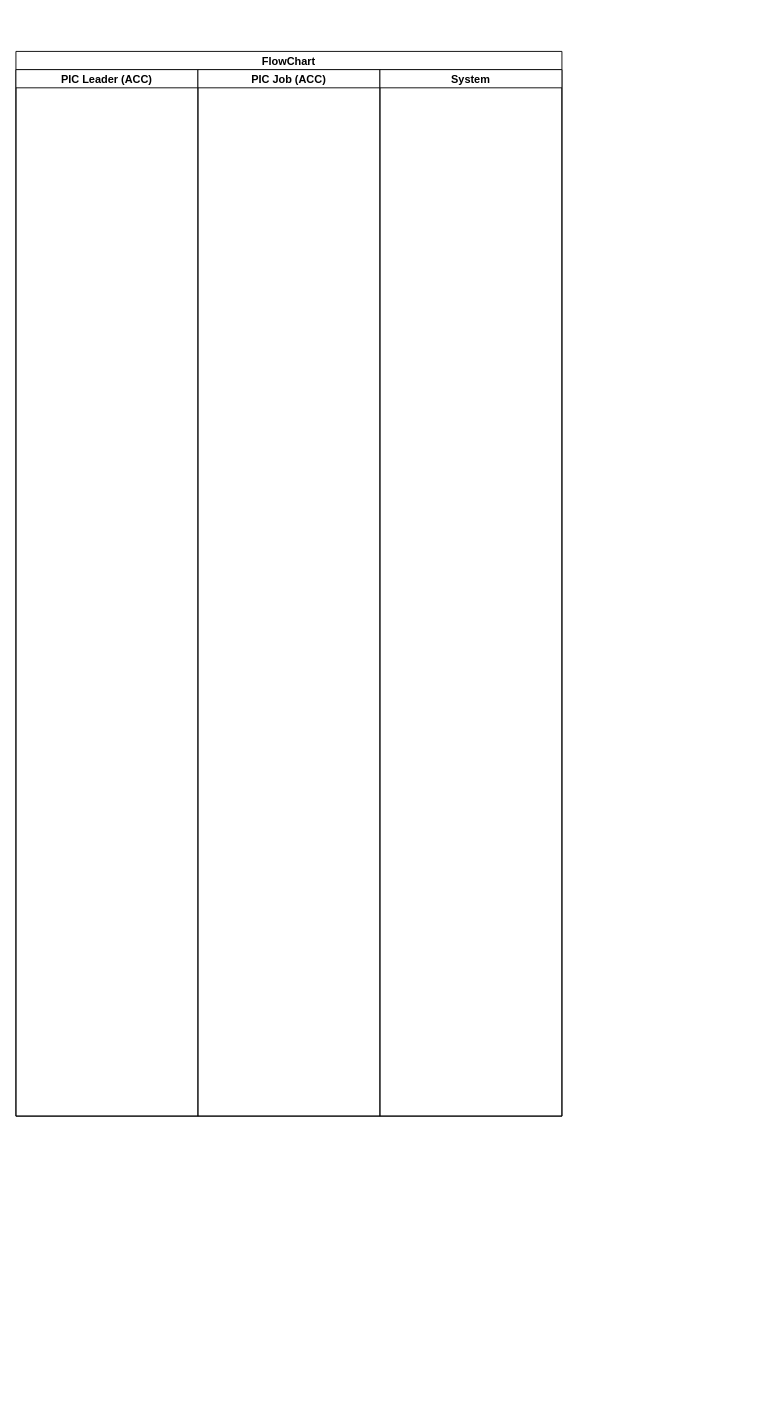
The draw.io diagram Flowchart Project.drawio in armanefendi/Arman-Efendi, before the edit. Source tidied: cells renumbered, new cells numbered last; positions are measured from the earlier drawing's top-left corner, leaving out a move shared by most shapes. Both pictures are drawn from the tidied source at 91%, with x=0, y=0 at pixel (15, 51).
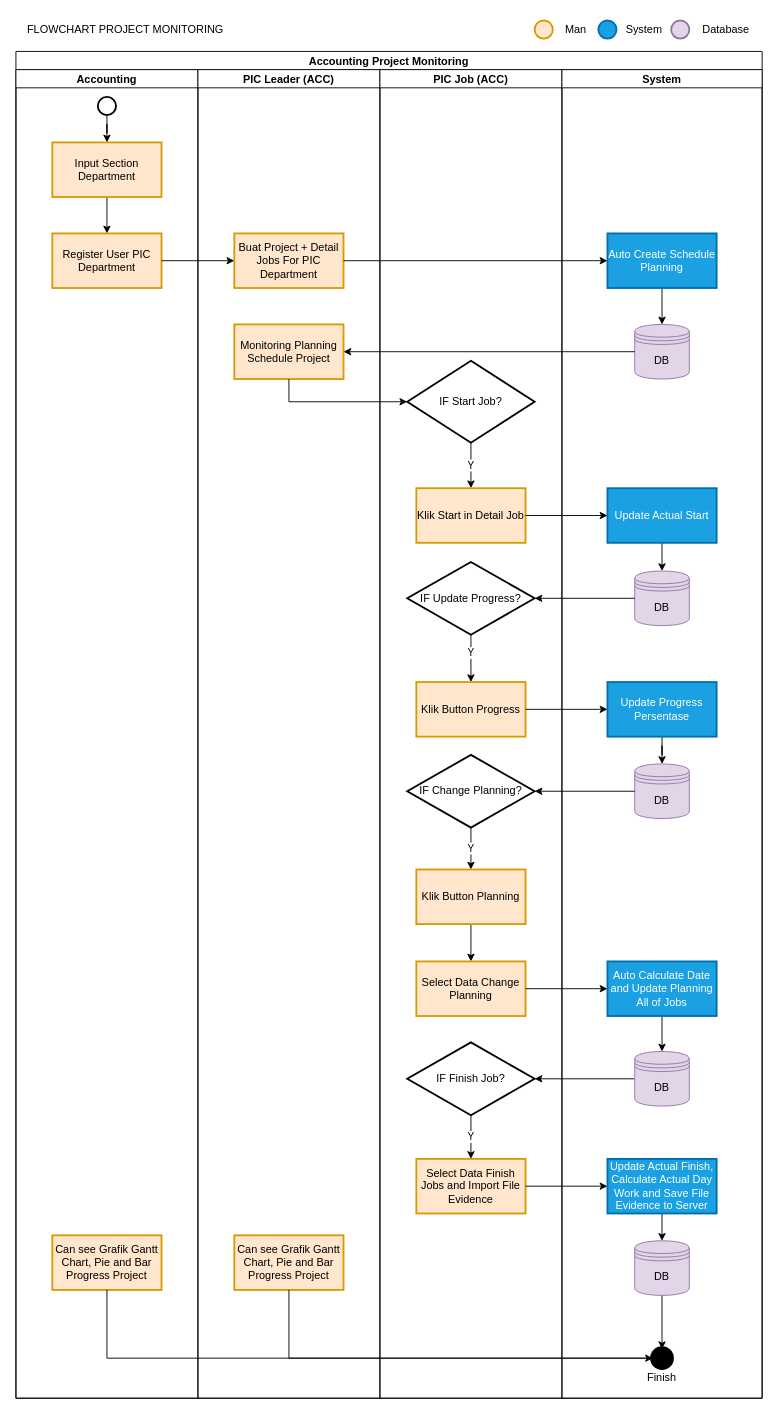
After the change.

The edit, as a diff of the source:
```diff
@@
-    <mxCell id="2" value="FlowChart" style="swimlane;startSize=20;" parent="1" vertex="1">
-      <mxGeometry width="600" height="1170" as="geometry" />
+    <mxCell id="2" value="Accounting Project Monitoring" style="swimlane;startSize=20;" parent="1" vertex="1">
+      <mxGeometry width="820" height="1480" as="geometry" />
     </mxCell>
-    <mxCell id="3" value="PIC Leader (ACC)" style="swimlane;startSize=20;" parent="2" vertex="1">
-      <mxGeometry y="20" width="200" height="1150" as="geometry" />
+    <mxCell id="3" value="Accounting" style="swimlane;startSize=20;" parent="2" vertex="1">
+      <mxGeometry y="20" width="200" height="1460" as="geometry" />
     </mxCell>
+    <mxCell id="6" style="edgeStyle=orthogonalEdgeStyle;rounded=0;jettySize=auto;html=1;" parent="3" edge="1" source="7" target="9">
+      <mxGeometry relative="1" as="geometry" />
+    </mxCell>
+    <mxCell id="7" style="strokeWidth=2;html=1;shape=mxgraph.flowchart.start_2;whiteSpace=wrap;" parent="3" vertex="1">
+      <mxGeometry x="90" y="30" width="20" height="20" as="geometry" />
+    </mxCell>
+    <mxCell id="8" style="edgeStyle=orthogonalEdgeStyle;rounded=0;jettySize=auto;html=1;" parent="3" edge="1" source="9" target="10">
+      <mxGeometry relative="1" as="geometry" />
+    </mxCell>
+    <mxCell id="9" value="Input Section Department" style="whiteSpace=wrap;html=1;strokeWidth=2;fillColor=#ffe6cc;strokeColor=#d79b00;" parent="3" vertex="1">
+      <mxGeometry x="40" y="80" width="120" height="60" as="geometry" />
+    </mxCell>
+    <mxCell id="10" value="Register User PIC Department" style="whiteSpace=wrap;html=1;strokeWidth=2;fillColor=#ffe6cc;strokeColor=#d79b00;" parent="3" vertex="1">
+      <mxGeometry x="40" y="180" width="120" height="60" as="geometry" />
+    </mxCell>
+    <mxCell id="11" value="Can see Grafik Gantt Chart, Pie and Bar Progress Project" style="whiteSpace=wrap;html=1;strokeWidth=2;fillColor=#ffe6cc;strokeColor=#d79b00;" parent="3" vertex="1">
+      <mxGeometry x="40" y="1281" width="120" height="60" as="geometry" />
+    </mxCell>
-    <mxCell id="4" value="PIC Job (ACC)" style="swimlane;startSize=20;" parent="2" vertex="1">
-      <mxGeometry x="200" y="20" width="200" height="1150" as="geometry" />
+    <mxCell id="4" value="PIC Leader (ACC)" style="swimlane;startSize=20;" parent="2" vertex="1">
+      <mxGeometry x="200" y="20" width="200" height="1460" as="geometry" />
     </mxCell>
+    <mxCell id="12" value="Buat Project + Detail Jobs For PIC Department" style="whiteSpace=wrap;html=1;strokeWidth=2;fillColor=#ffe6cc;strokeColor=#d79b00;" parent="4" vertex="1">
+      <mxGeometry x="40" y="180" width="120" height="60" as="geometry" />
+    </mxCell>
+    <mxCell id="13" value="Monitoring Planning Schedule Project" style="whiteSpace=wrap;html=1;strokeWidth=2;fillColor=#ffe6cc;strokeColor=#d79b00;" parent="4" vertex="1">
+      <mxGeometry x="40" y="280" width="120" height="60" as="geometry" />
+    </mxCell>
+    <mxCell id="14" value="Can see Grafik Gantt Chart, Pie and Bar Progress Project" style="whiteSpace=wrap;html=1;strokeWidth=2;fillColor=#ffe6cc;strokeColor=#d79b00;" parent="4" vertex="1">
+      <mxGeometry x="40" y="1281" width="120" height="60" as="geometry" />
+    </mxCell>
-    <mxCell id="5" value="System" style="swimlane;startSize=20;" parent="2" vertex="1">
-      <mxGeometry x="400" y="20" width="200" height="1150" as="geometry" />
+    <mxCell id="5" value="PIC Job (ACC)" style="swimlane;startSize=20;" parent="2" vertex="1">
+      <mxGeometry x="400" y="20" width="200" height="1460" as="geometry" />
     </mxCell>
+    <mxCell id="15" value="Y" style="edgeStyle=orthogonalEdgeStyle;rounded=0;jettySize=auto;html=1;" parent="5" edge="1" source="16" target="17">
+      <mxGeometry relative="1" as="geometry" />
+    </mxCell>
+    <mxCell id="16" value="IF Start Job?" style="rhombus;whiteSpace=wrap;html=1;strokeWidth=2;" parent="5" vertex="1">
+      <mxGeometry x="30" y="320" width="140" height="90" as="geometry" />
+    </mxCell>
+    <mxCell id="17" value="Klik Start in Detail Job" style="whiteSpace=wrap;html=1;strokeWidth=2;fillColor=#ffe6cc;strokeColor=#d79b00;" parent="5" vertex="1">
+      <mxGeometry x="40" y="460" width="120" height="60" as="geometry" />
+    </mxCell>
+    <mxCell id="18" style="edgeStyle=orthogonalEdgeStyle;rounded=0;jettySize=auto;html=1;" parent="5" edge="1" source="20" target="21">
+      <mxGeometry relative="1" as="geometry" />
+    </mxCell>
+    <mxCell id="19" value="&lt;div&gt;Y&lt;/div&gt;" style="edgeLabel;html=1;align=center;verticalAlign=middle;" parent="18" vertex="1">
+      <mxGeometry x="-0.26" y="1" relative="1" as="geometry">
+        <mxPoint x="-2" as="offset" />
+      </mxGeometry>
+    </mxCell>
+    <mxCell id="20" value="IF Update Progress?" style="rhombus;whiteSpace=wrap;html=1;strokeWidth=2;" parent="5" vertex="1">
+      <mxGeometry x="30" y="541" width="140" height="80" as="geometry" />
+    </mxCell>
+    <mxCell id="21" value="Klik Button Progress" style="whiteSpace=wrap;html=1;strokeWidth=2;fillColor=#ffe6cc;strokeColor=#d79b00;" parent="5" vertex="1">
+      <mxGeometry x="40" y="673" width="120" height="60" as="geometry" />
+    </mxCell>
+    <mxCell id="22" value="Y" style="edgeStyle=orthogonalEdgeStyle;rounded=0;jettySize=auto;html=1;" parent="5" edge="1" source="23" target="25">
+      <mxGeometry relative="1" as="geometry" />
+    </mxCell>
+    <mxCell id="23" value="IF Change Planning?" style="rhombus;whiteSpace=wrap;html=1;strokeWidth=2;" parent="5" vertex="1">
+      <mxGeometry x="30" y="753" width="140" height="80" as="geometry" />
+    </mxCell>
+    <mxCell id="24" style="edgeStyle=orthogonalEdgeStyle;rounded=0;jettySize=auto;html=1;" parent="5" edge="1" source="25" target="27">
+      <mxGeometry relative="1" as="geometry" />
+    </mxCell>
+    <mxCell id="25" value="Klik Button Planning" style="whiteSpace=wrap;html=1;strokeWidth=2;fillColor=#ffe6cc;strokeColor=#d79b00;" parent="5" vertex="1">
+      <mxGeometry x="40" y="879" width="120" height="60" as="geometry" />
+    </mxCell>
+    <mxCell id="26" value="Select Data Finish Jobs and Import File Evidence" style="whiteSpace=wrap;html=1;strokeWidth=2;fillColor=#ffe6cc;strokeColor=#d79b00;" parent="5" vertex="1">
+      <mxGeometry x="40" y="1197" width="120" height="60" as="geometry" />
+    </mxCell>
+    <mxCell id="27" value="Select Data Change Planning" style="whiteSpace=wrap;html=1;strokeWidth=2;fillColor=#ffe6cc;strokeColor=#d79b00;" parent="5" vertex="1">
+      <mxGeometry x="40" y="980" width="120" height="60" as="geometry" />
+    </mxCell>
+    <mxCell id="28" value="System" style="swimlane;startSize=20;" parent="2" vertex="1">
+      <mxGeometry x="600" y="20" width="220" height="1460" as="geometry" />
+    </mxCell>
+    <mxCell id="29" style="edgeStyle=orthogonalEdgeStyle;rounded=0;jettySize=auto;html=1;exitX=0.5;exitY=1;exitDx=0;exitDy=0;entryX=0.5;entryY=0;entryDx=0;entryDy=0;" parent="28" edge="1" source="30" target="31">
+      <mxGeometry relative="1" as="geometry" />
+    </mxCell>
+    <mxCell id="30" value="&lt;div&gt;Auto Create Schedule Planning&lt;/div&gt;" style="whiteSpace=wrap;html=1;strokeWidth=2;fillColor=#1ba1e2;strokeColor=#006EAF;fontColor=#ffffff;" parent="28" vertex="1">
+      <mxGeometry x="50" y="180" width="120" height="60" as="geometry" />
+    </mxCell>
+    <mxCell id="31" value="DB" style="shape=datastore;whiteSpace=wrap;html=1;fillColor=#e1d5e7;strokeColor=#9673a6;" parent="28" vertex="1">
+      <mxGeometry x="80" y="280" width="60" height="60" as="geometry" />
+    </mxCell>
+    <mxCell id="32" style="edgeStyle=orthogonalEdgeStyle;rounded=0;jettySize=auto;html=1;exitX=0.5;exitY=1;exitDx=0;exitDy=0;entryX=0.5;entryY=0;entryDx=0;entryDy=0;" parent="28" edge="1" source="33" target="40">
+      <mxGeometry relative="1" as="geometry" />
+    </mxCell>
+    <mxCell id="33" value="Update Actual Start" style="whiteSpace=wrap;html=1;strokeWidth=2;fillColor=#1ba1e2;strokeColor=#006EAF;fontColor=#ffffff;" parent="28" vertex="1">
+      <mxGeometry x="50" y="460" width="120" height="60" as="geometry" />
+    </mxCell>
+    <mxCell id="34" style="edgeStyle=orthogonalEdgeStyle;rounded=0;jettySize=auto;html=1;exitX=0.5;exitY=1;exitDx=0;exitDy=0;" parent="28" edge="1" source="35" target="41">
+      <mxGeometry relative="1" as="geometry" />
+    </mxCell>
+    <mxCell id="35" value="Update Progress Persentase" style="whiteSpace=wrap;html=1;strokeWidth=2;fillColor=#1ba1e2;strokeColor=#006EAF;fontColor=#ffffff;" parent="28" vertex="1">
+      <mxGeometry x="50" y="673" width="120" height="60" as="geometry" />
+    </mxCell>
+    <mxCell id="36" style="edgeStyle=orthogonalEdgeStyle;rounded=0;jettySize=auto;html=1;exitX=0.5;exitY=1;exitDx=0;exitDy=0;entryX=0.5;entryY=0;entryDx=0;entryDy=0;" parent="28" edge="1" source="37" target="39">
+      <mxGeometry relative="1" as="geometry" />
+    </mxCell>
+    <mxCell id="37" value="Update Actual Finish, Calculate Actual Day Work and Save File Evidence to Server" style="whiteSpace=wrap;html=1;strokeWidth=2;fillColor=#1ba1e2;fontColor=#ffffff;strokeColor=#006EAF;" parent="28" vertex="1">
+      <mxGeometry x="50" y="1197" width="120" height="60" as="geometry" />
+    </mxCell>
+    <mxCell id="38" style="edgeStyle=orthogonalEdgeStyle;rounded=0;jettySize=auto;html=1;" parent="28" edge="1" source="39">
+      <mxGeometry relative="1" as="geometry">
+        <mxPoint x="110" y="1406" as="targetPoint" />
+      </mxGeometry>
+    </mxCell>
+    <mxCell id="39" value="DB" style="shape=datastore;whiteSpace=wrap;html=1;fillColor=#e1d5e7;strokeColor=#9673a6;" parent="28" vertex="1">
+      <mxGeometry x="80" y="1287" width="60" height="60" as="geometry" />
+    </mxCell>
+    <mxCell id="40" value="DB" style="shape=datastore;whiteSpace=wrap;html=1;fillColor=#e1d5e7;strokeColor=#9673a6;" parent="28" vertex="1">
+      <mxGeometry x="80" y="551" width="60" height="60" as="geometry" />
+    </mxCell>
+    <mxCell id="41" value="DB" style="shape=datastore;whiteSpace=wrap;html=1;fillColor=#e1d5e7;strokeColor=#9673a6;" parent="28" vertex="1">
+      <mxGeometry x="80" y="763" width="60" height="60" as="geometry" />
+    </mxCell>
+    <mxCell id="42" style="edgeStyle=orthogonalEdgeStyle;rounded=0;jettySize=auto;html=1;exitX=0.5;exitY=1;exitDx=0;exitDy=0;entryX=0.5;entryY=0;entryDx=0;entryDy=0;" parent="28" edge="1" source="43" target="46">
+      <mxGeometry relative="1" as="geometry" />
+    </mxCell>
+    <mxCell id="43" value="Auto Calculate Date and Update Planning All of Jobs" style="whiteSpace=wrap;html=1;strokeWidth=2;fillColor=#1ba1e2;fontColor=#ffffff;strokeColor=#006EAF;" parent="28" vertex="1">
+      <mxGeometry x="50" y="980" width="120" height="60" as="geometry" />
+    </mxCell>
+    <mxCell id="44" value="IF Finish Job?" style="rhombus;whiteSpace=wrap;html=1;strokeWidth=2;" parent="28" vertex="1">
+      <mxGeometry x="-170" y="1069" width="140" height="80" as="geometry" />
+    </mxCell>
+    <mxCell id="45" style="edgeStyle=orthogonalEdgeStyle;rounded=0;jettySize=auto;html=1;exitX=0;exitY=0.5;exitDx=0;exitDy=0;" parent="28" edge="1" source="46" target="44">
+      <mxGeometry relative="1" as="geometry" />
+    </mxCell>
+    <mxCell id="46" value="DB" style="shape=datastore;whiteSpace=wrap;html=1;fillColor=#e1d5e7;strokeColor=#9673a6;" parent="28" vertex="1">
+      <mxGeometry x="80" y="1079" width="60" height="60" as="geometry" />
+    </mxCell>
+    <mxCell id="47" value="&#10;&#10;&#10;&#10;Finish&#10;" style="shape=waypoint;sketch=0;size=6;points=[];fillColor=default;perimeter=centerPerimeter;snapToPoint=1;gradientColor=none;strokeWidth=11;" parent="28" vertex="1">
+      <mxGeometry x="90" y="1396" width="40" height="40" as="geometry" />
+    </mxCell>
+    <mxCell id="48" style="edgeStyle=orthogonalEdgeStyle;rounded=0;jettySize=auto;html=1;" parent="2" edge="1" source="10" target="12">
+      <mxGeometry relative="1" as="geometry" />
+    </mxCell>
+    <mxCell id="49" style="edgeStyle=orthogonalEdgeStyle;rounded=0;jettySize=auto;html=1;" parent="2" edge="1" source="12" target="30">
+      <mxGeometry relative="1" as="geometry" />
+    </mxCell>
+    <mxCell id="50" style="edgeStyle=orthogonalEdgeStyle;rounded=0;jettySize=auto;html=1;" parent="2" edge="1" source="13" target="16">
+      <mxGeometry relative="1" as="geometry">
+        <Array as="points">
+          <mxPoint x="300" y="385" />
+        </Array>
+      </mxGeometry>
+    </mxCell>
+    <mxCell id="51" style="edgeStyle=orthogonalEdgeStyle;rounded=0;jettySize=auto;html=1;" parent="2" edge="1" source="31" target="13">
+      <mxGeometry relative="1" as="geometry" />
+    </mxCell>
+    <mxCell id="52" style="edgeStyle=orthogonalEdgeStyle;rounded=0;jettySize=auto;html=1;" parent="2" edge="1" source="17" target="33">
+      <mxGeometry relative="1" as="geometry" />
+    </mxCell>
+    <mxCell id="53" style="edgeStyle=orthogonalEdgeStyle;rounded=0;jettySize=auto;html=1;" parent="2" edge="1" source="21" target="35">
+      <mxGeometry relative="1" as="geometry" />
+    </mxCell>
+    <mxCell id="54" style="edgeStyle=orthogonalEdgeStyle;rounded=0;jettySize=auto;html=1;" parent="2" edge="1" source="26" target="37">
+      <mxGeometry relative="1" as="geometry" />
+    </mxCell>
+    <mxCell id="55" style="edgeStyle=orthogonalEdgeStyle;rounded=0;jettySize=auto;html=1;exitX=0;exitY=0.5;exitDx=0;exitDy=0;entryX=1;entryY=0.5;entryDx=0;entryDy=0;" parent="2" edge="1" source="40" target="20">
+      <mxGeometry relative="1" as="geometry" />
+    </mxCell>
+    <mxCell id="56" style="edgeStyle=orthogonalEdgeStyle;rounded=0;jettySize=auto;html=1;exitX=0;exitY=0.5;exitDx=0;exitDy=0;" parent="2" edge="1" source="41" target="23">
+      <mxGeometry relative="1" as="geometry" />
+    </mxCell>
+    <mxCell id="57" style="edgeStyle=orthogonalEdgeStyle;rounded=0;jettySize=auto;html=1;" parent="2" edge="1" source="27" target="43">
+      <mxGeometry relative="1" as="geometry" />
+    </mxCell>
+    <mxCell id="58" value="Y" style="edgeStyle=orthogonalEdgeStyle;rounded=0;jettySize=auto;html=1;exitX=0.5;exitY=1;exitDx=0;exitDy=0;entryX=0.5;entryY=0;entryDx=0;entryDy=0;" parent="2" edge="1" source="44" target="26">
+      <mxGeometry relative="1" as="geometry" />
+    </mxCell>
+    <mxCell id="59" style="edgeStyle=orthogonalEdgeStyle;rounded=0;jettySize=auto;html=1;exitX=0.5;exitY=1;exitDx=0;exitDy=0;" parent="2" edge="1" source="14" target="47">
+      <mxGeometry relative="1" as="geometry">
+        <Array as="points">
+          <mxPoint x="300" y="1436" />
+        </Array>
+      </mxGeometry>
+    </mxCell>
+    <mxCell id="60" style="edgeStyle=orthogonalEdgeStyle;rounded=0;jettySize=auto;html=1;exitX=0.5;exitY=1;exitDx=0;exitDy=0;" parent="1" edge="1" source="11">
+      <mxGeometry relative="1" as="geometry">
+        <mxPoint x="700" y="1436" as="targetPoint" />
+        <Array as="points">
+          <mxPoint x="100" y="1436" />
+          <mxPoint x="700" y="1436" />
+        </Array>
+      </mxGeometry>
+    </mxCell>
+    <mxCell id="61" style="group;" parent="1" vertex="1">
+      <mxGeometry x="640" y="-39" width="80" height="30" as="geometry" />
+    </mxCell>
+    <mxCell id="62" style="strokeWidth=2;html=1;shape=mxgraph.flowchart.start_2;whiteSpace=wrap;fillColor=#1ba1e2;strokeColor=#006EAF;fontColor=#ffffff;" parent="61" vertex="1">
+      <mxGeometry y="5" width="20" height="20" as="geometry" />
+    </mxCell>
+    <mxCell id="63" value="System" style="text;html=1;align=center;verticalAlign=middle;strokeColor=none;fillColor=none;" parent="61" vertex="1">
+      <mxGeometry x="20" width="60" height="30" as="geometry" />
+    </mxCell>
+    <mxCell id="64" style="group;" parent="1" vertex="1">
+      <mxGeometry x="720" y="-39" width="100" height="30" as="geometry" />
+    </mxCell>
+    <mxCell id="65" style="strokeWidth=2;html=1;shape=mxgraph.flowchart.start_2;whiteSpace=wrap;fillColor=#e1d5e7;strokeColor=#9673a6;" parent="64" vertex="1">
+      <mxGeometry y="5" width="20" height="20" as="geometry" />
+    </mxCell>
+    <mxCell id="66" value="Database" style="text;html=1;align=center;verticalAlign=middle;strokeColor=none;fillColor=none;" parent="64" vertex="1">
+      <mxGeometry x="20" width="80" height="30" as="geometry" />
+    </mxCell>
+    <mxCell id="67" value="FLOWCHART PROJECT MONITORING" style="text;html=1;align=center;verticalAlign=middle;strokeColor=none;fillColor=none;" parent="1" vertex="1">
+      <mxGeometry y="-39" width="240" height="30" as="geometry" />
+    </mxCell>
+    <mxCell id="68" style="strokeWidth=2;html=1;shape=mxgraph.flowchart.start_2;whiteSpace=wrap;fillColor=#ffe6cc;strokeColor=#d79b00;" parent="1" vertex="1">
+      <mxGeometry x="570" y="-34" width="20" height="20" as="geometry" />
+    </mxCell>
+    <mxCell id="69" value="Man" style="text;html=1;align=center;verticalAlign=middle;strokeColor=none;fillColor=none;" parent="1" vertex="1">
+      <mxGeometry x="590" y="-39" width="50" height="30" as="geometry" />
+    </mxCell>
```
